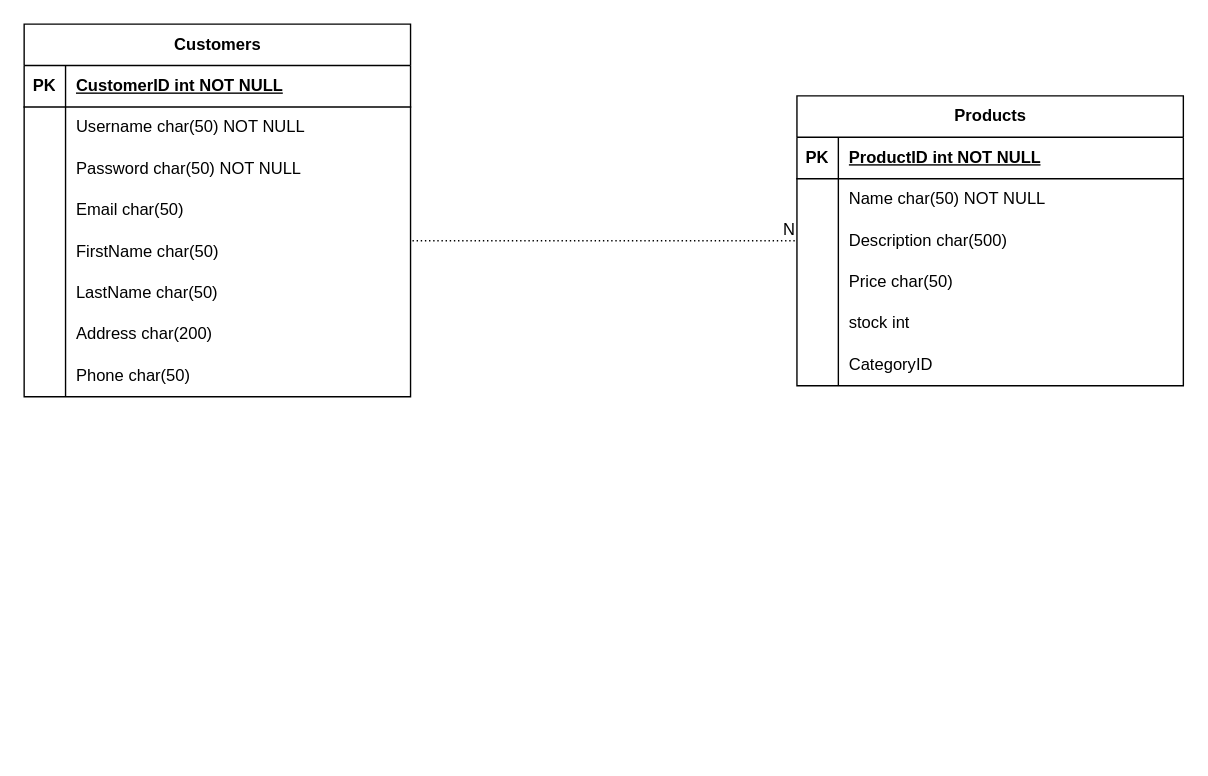
Earlier version of the draw.io diagram OnlineShop.drawio (zeinab-hajhosseini/OnlineShopERD). Source tidied: cells renumbered, new cells numbered last; positions are measured from the earlier drawing's top-left corner, leaving out a move shared by most shapes. Both pictures are drawn from the tidied source at 138%, with x=0, y=0 at pixel (23, 23).
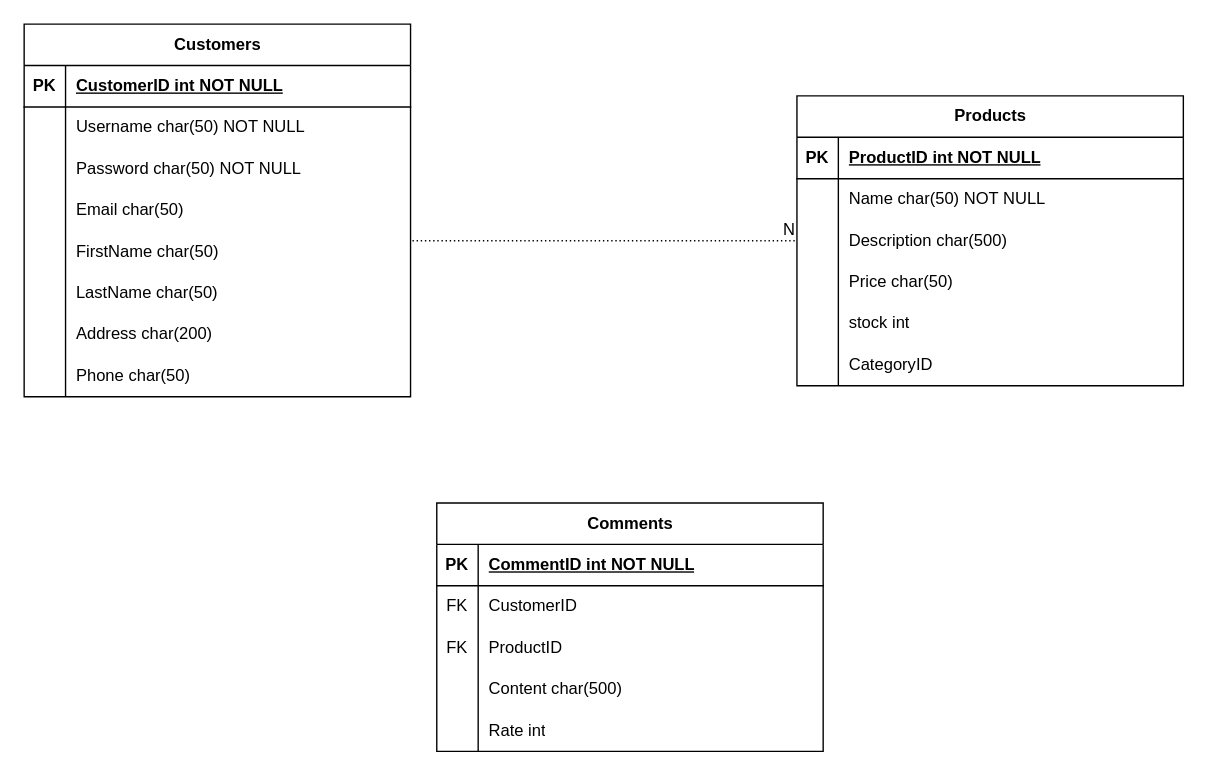
The same page after the edit.

Commit message:
Define Comment Entity

Diff of the diagram source:
```diff
@@
+    <mxCell id="48" value="Comments" style="shape=table;startSize=30;childLayout=tableLayout;rowLines=0;fontStyle=1;align=center;html=1;" parent="1" vertex="1">
+      <mxGeometry x="299" y="347" width="280" height="180" as="geometry" />
+    </mxCell>
+    <mxCell id="49" style="shape=tableRow;horizontal=0;startSize=0;swimlaneHead=0;swimlaneBody=0;fillColor=none;top=0;left=0;right=0;bottom=1;" parent="48" vertex="1">
+      <mxGeometry y="30" width="280" height="30" as="geometry" />
+    </mxCell>
+    <mxCell id="50" value="PK" style="shape=partialRectangle;fillColor=none;top=0;left=0;bottom=0;right=0;fontStyle=1;overflow=hidden;whiteSpace=wrap;html=1;" parent="49" vertex="1">
+      <mxGeometry width="30" height="30" as="geometry" />
+    </mxCell>
+    <mxCell id="51" value="CommentID int NOT NULL" style="shape=partialRectangle;fillColor=none;top=0;left=0;bottom=0;right=0;align=left;spacingLeft=6;fontStyle=5;overflow=hidden;whiteSpace=wrap;html=1;" parent="49" vertex="1">
+      <mxGeometry x="30" width="250" height="30" as="geometry" />
+    </mxCell>
+    <mxCell id="52" style="shape=tableRow;horizontal=0;startSize=0;swimlaneHead=0;swimlaneBody=0;fillColor=none;top=0;left=0;right=0;bottom=0;" parent="48" vertex="1">
+      <mxGeometry y="60" width="280" height="30" as="geometry" />
+    </mxCell>
+    <mxCell id="53" value="FK" style="shape=partialRectangle;fillColor=none;top=0;left=0;bottom=0;right=0;overflow=hidden;whiteSpace=wrap;html=1;" parent="52" vertex="1">
+      <mxGeometry width="30" height="30" as="geometry" />
+    </mxCell>
+    <mxCell id="54" value="CustomerID" style="shape=partialRectangle;fillColor=none;top=0;left=0;bottom=0;right=0;align=left;spacingLeft=6;overflow=hidden;whiteSpace=wrap;html=1;" parent="52" vertex="1">
+      <mxGeometry x="30" width="250" height="30" as="geometry" />
+    </mxCell>
+    <mxCell id="55" style="shape=tableRow;horizontal=0;startSize=0;swimlaneHead=0;swimlaneBody=0;fillColor=none;top=0;left=0;right=0;bottom=0;" parent="48" vertex="1">
+      <mxGeometry y="90" width="280" height="30" as="geometry" />
+    </mxCell>
+    <mxCell id="56" value="FK" style="shape=partialRectangle;fillColor=none;top=0;left=0;bottom=0;right=0;overflow=hidden;whiteSpace=wrap;html=1;" parent="55" vertex="1">
+      <mxGeometry width="30" height="30" as="geometry" />
+    </mxCell>
+    <mxCell id="57" value="ProductID" style="shape=partialRectangle;fillColor=none;top=0;left=0;bottom=0;right=0;align=left;spacingLeft=6;overflow=hidden;whiteSpace=wrap;html=1;" parent="55" vertex="1">
+      <mxGeometry x="30" width="250" height="30" as="geometry" />
+    </mxCell>
+    <mxCell id="58" style="shape=tableRow;horizontal=0;startSize=0;swimlaneHead=0;swimlaneBody=0;fillColor=none;top=0;left=0;right=0;bottom=0;" parent="48" vertex="1">
+      <mxGeometry y="120" width="280" height="30" as="geometry" />
+    </mxCell>
+    <mxCell id="59" style="shape=partialRectangle;fillColor=none;top=0;left=0;bottom=0;right=0;overflow=hidden;whiteSpace=wrap;html=1;" parent="58" vertex="1">
+      <mxGeometry width="30" height="30" as="geometry" />
+    </mxCell>
+    <mxCell id="60" value="Content char(500)" style="shape=partialRectangle;fillColor=none;top=0;left=0;bottom=0;right=0;align=left;spacingLeft=6;overflow=hidden;whiteSpace=wrap;html=1;" parent="58" vertex="1">
+      <mxGeometry x="30" width="250" height="30" as="geometry" />
+    </mxCell>
+    <mxCell id="61" style="shape=tableRow;horizontal=0;startSize=0;swimlaneHead=0;swimlaneBody=0;fillColor=none;top=0;left=0;right=0;bottom=0;" parent="48" vertex="1">
+      <mxGeometry y="150" width="280" height="30" as="geometry" />
+    </mxCell>
+    <mxCell id="62" style="shape=partialRectangle;fillColor=none;top=0;left=0;bottom=0;right=0;overflow=hidden;whiteSpace=wrap;html=1;" parent="61" vertex="1">
+      <mxGeometry width="30" height="30" as="geometry" />
+    </mxCell>
+    <mxCell id="63" value="Rate int" style="shape=partialRectangle;fillColor=none;top=0;left=0;bottom=0;right=0;align=left;spacingLeft=6;overflow=hidden;whiteSpace=wrap;html=1;" parent="61" vertex="1">
+      <mxGeometry x="30" width="250" height="30" as="geometry" />
+    </mxCell>
```
